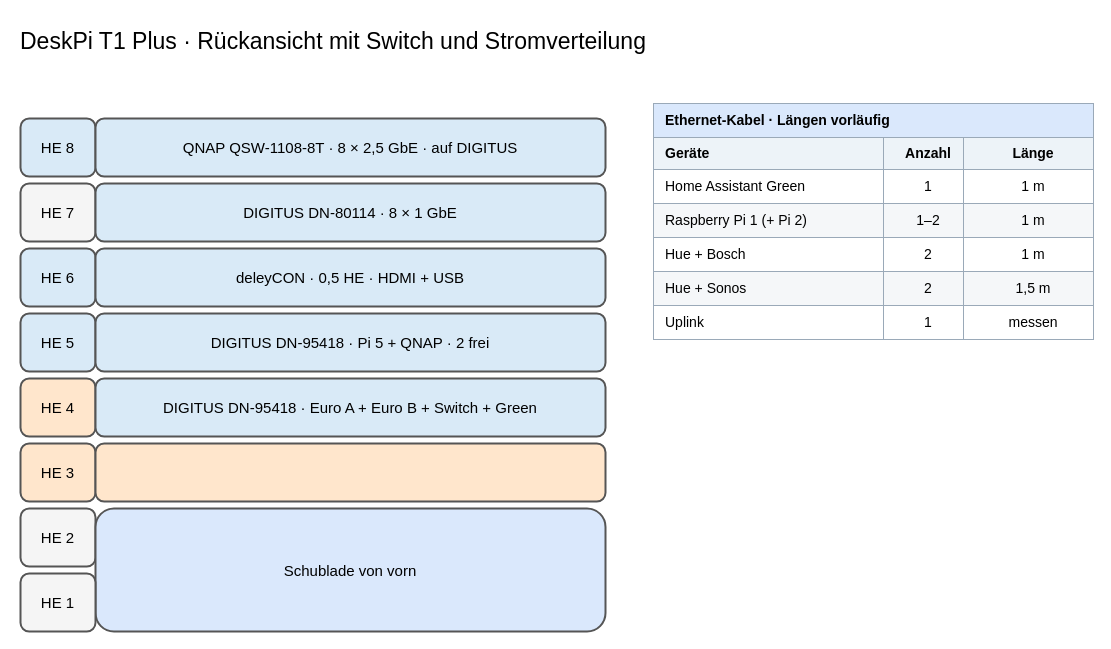
tiptronic/diagrams keeps this draw.io diagram as page "DeskPi 8 HE – Rückseite" (3 of 8) of 10-zoll-rack-planung.drawio. Above is the earlier version. Source tidied: cells renumbered, new cells numbered last; positions are measured from the earlier drawing's top-left corner, leaving out a move shared by most shapes. Both pictures are drawn from the tidied source at 100%, with x=0, y=0 at pixel (18, 18).
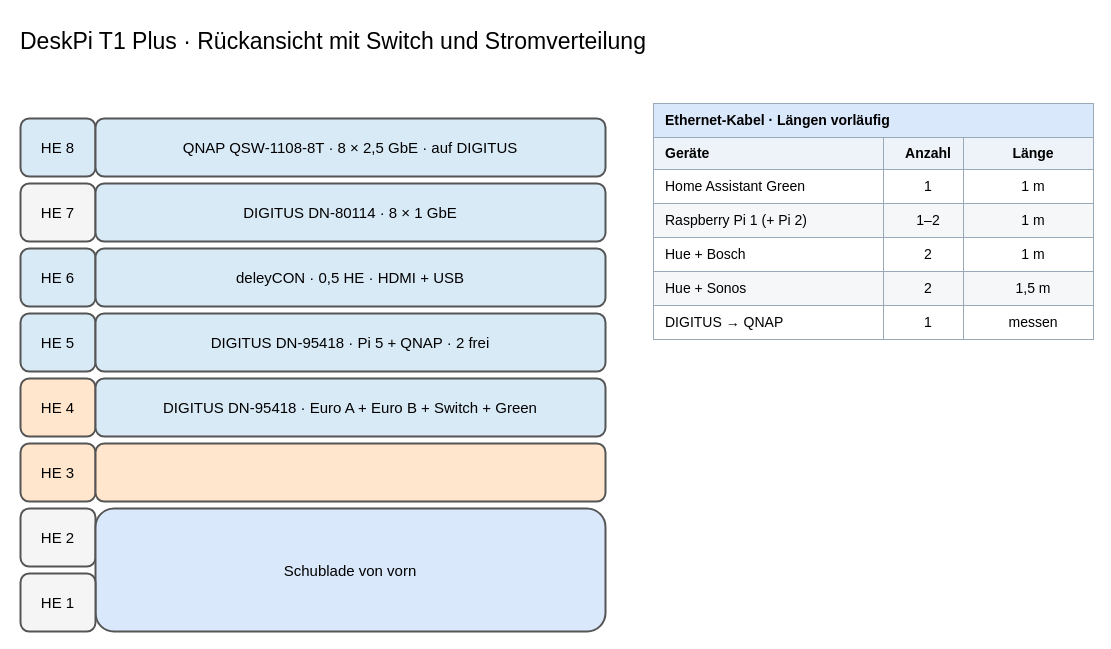
Above is the later version.

Commit message (it also covers changes not shown here):
Connect DIGITUS uplink to QNAP port 8

Change to the diagram source:
```diff
@@
-    <mxCell id="34" value="Uplink" style="rounded=0;whiteSpace=wrap;html=1;align=left;verticalAlign=middle;spacingLeft=10;strokeWidth=1;fontSize=14;fillColor=#ffffff;strokeColor=#9aa9b8;" parent="1" vertex="1">
+    <mxCell id="34" value="DIGITUS → QNAP" style="rounded=0;whiteSpace=wrap;html=1;align=left;verticalAlign=middle;spacingLeft=10;strokeWidth=1;fontSize=14;fillColor=#ffffff;strokeColor=#9aa9b8;" parent="1" vertex="1">
       <mxGeometry x="635" y="287" width="230" height="34" as="geometry" />
     </mxCell>
```
